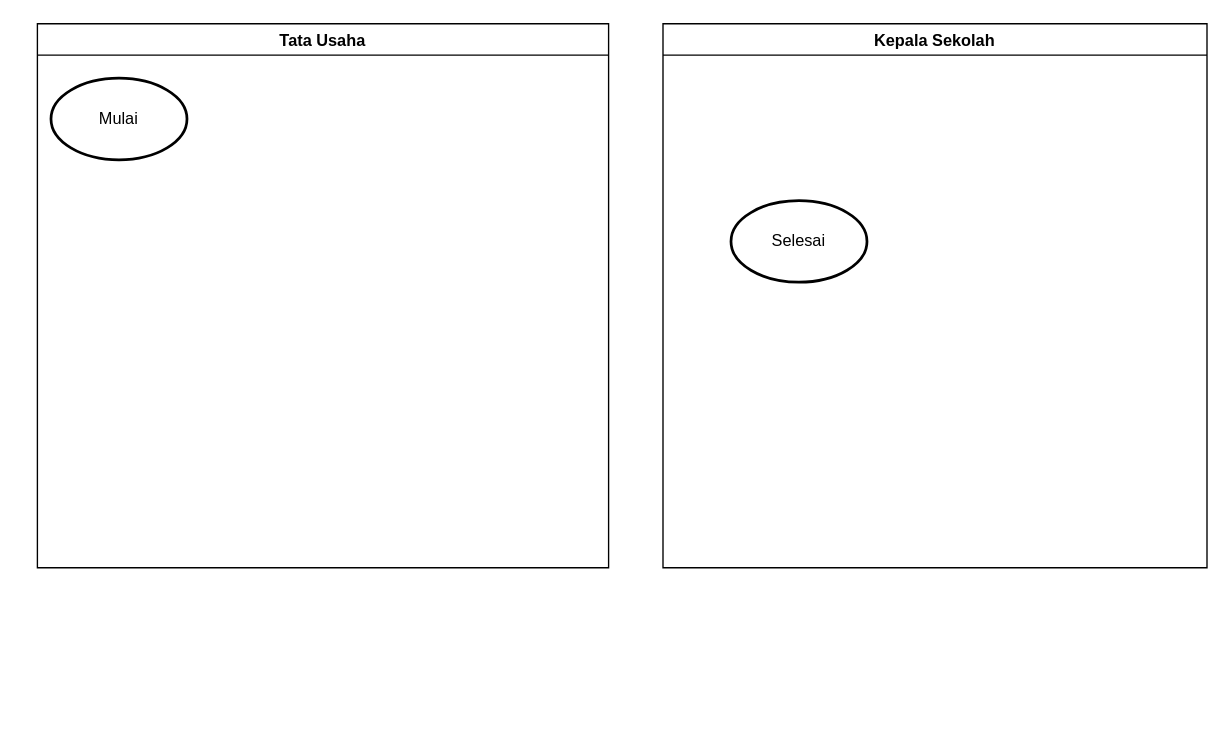
This is page "Halaman-2" (2 of 2) of build/classes/drawIo/Flowchart Aplikasi Arsip Surat.drawio from ITMaulanaali/Management-Arsip-Surat, a draw.io file, before an edit. Source tidied: cells renumbered, new cells numbered last; positions are measured from the earlier drawing's top-left corner, leaving out a move shared by most shapes. Both pictures are drawn from the tidied source at 136%, with x=0, y=0 at pixel (37, 23).
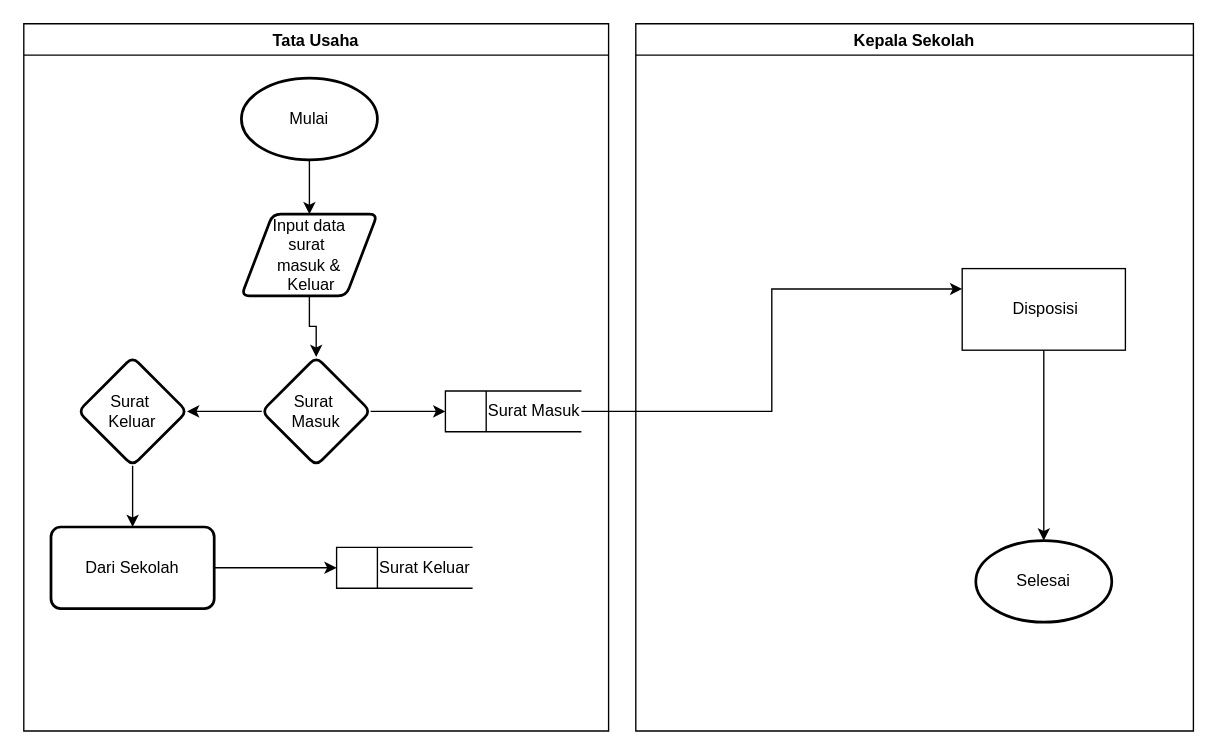
The same page after the edit.

The edit, as a diff of the source:
```diff
@@
     <mxCell id="2" value="Tata Usaha" style="swimlane;" parent="1" vertex="1">
-      <mxGeometry width="420" height="400" as="geometry" />
+      <mxGeometry x="-10" width="430" height="520" as="geometry" />
     </mxCell>
+    <mxCell id="6" style="edgeStyle=orthogonalEdgeStyle;rounded=0;jettySize=auto;html=1;" parent="2" edge="1" source="3" target="8">
+      <mxGeometry relative="1" as="geometry" />
+    </mxCell>
     <mxCell id="3" value="Mulai" style="strokeWidth=2;html=1;shape=mxgraph.flowchart.start_1;whiteSpace=wrap;" parent="2" vertex="1">
-      <mxGeometry x="10" y="40" width="100" height="60" as="geometry" />
+      <mxGeometry x="160" y="40" width="100" height="60" as="geometry" />
     </mxCell>
+    <mxCell id="7" style="edgeStyle=orthogonalEdgeStyle;rounded=0;jettySize=auto;html=1;" parent="2" edge="1" source="8" target="12">
+      <mxGeometry relative="1" as="geometry" />
+    </mxCell>
+    <mxCell id="8" value="Input data&lt;div&gt;surat&amp;nbsp;&lt;br&gt;&lt;div&gt;masuk &amp;amp;&lt;/div&gt;&lt;div&gt;&amp;nbsp;Keluar&lt;/div&gt;&lt;/div&gt;" style="shape=parallelogram;html=1;strokeWidth=2;perimeter=parallelogramPerimeter;whiteSpace=wrap;rounded=1;arcSize=12;size=0.23;" parent="2" vertex="1">
+      <mxGeometry x="160" y="140" width="100" height="60" as="geometry" />
+    </mxCell>
+    <mxCell id="9" value="&amp;nbsp; &amp;nbsp; &amp;nbsp; &amp;nbsp; Surat Masuk" style="html=1;dashed=0;whiteSpace=wrap;shape=mxgraph.dfd.dataStoreID;align=left;spacingLeft=3;points=[[0,0],[0.5,0],[1,0],[0,0.5],[1,0.5],[0,1],[0.5,1],[1,1]];" parent="2" vertex="1">
+      <mxGeometry x="310" y="270" width="100" height="30" as="geometry" />
+    </mxCell>
+    <mxCell id="10" style="edgeStyle=orthogonalEdgeStyle;rounded=0;jettySize=auto;html=1;" parent="2" edge="1" source="12" target="9">
+      <mxGeometry relative="1" as="geometry" />
+    </mxCell>
+    <mxCell id="11" style="edgeStyle=orthogonalEdgeStyle;rounded=0;jettySize=auto;html=1;" parent="2" edge="1" source="12" target="14">
+      <mxGeometry relative="1" as="geometry" />
+    </mxCell>
+    <mxCell id="12" value="Surat&amp;nbsp;&lt;div&gt;Masuk&lt;/div&gt;" style="rhombus;whiteSpace=wrap;html=1;strokeWidth=2;rounded=1;arcSize=12;" parent="2" vertex="1">
+      <mxGeometry x="175" y="245" width="80" height="80" as="geometry" />
+    </mxCell>
+    <mxCell id="13" style="edgeStyle=orthogonalEdgeStyle;rounded=0;jettySize=auto;html=1;" parent="2" edge="1" source="14" target="17">
+      <mxGeometry relative="1" as="geometry" />
+    </mxCell>
+    <mxCell id="14" value="Surat&amp;nbsp;&lt;div&gt;Keluar&lt;/div&gt;" style="rhombus;whiteSpace=wrap;html=1;strokeWidth=2;rounded=1;arcSize=12;" parent="2" vertex="1">
+      <mxGeometry x="40" y="245" width="80" height="80" as="geometry" />
+    </mxCell>
+    <mxCell id="15" value="&amp;nbsp; &amp;nbsp; &amp;nbsp; &amp;nbsp; Surat Keluar" style="html=1;dashed=0;whiteSpace=wrap;shape=mxgraph.dfd.dataStoreID;align=left;spacingLeft=3;points=[[0,0],[0.5,0],[1,0],[0,0.5],[1,0.5],[0,1],[0.5,1],[1,1]];" parent="2" vertex="1">
+      <mxGeometry x="230" y="385" width="100" height="30" as="geometry" />
+    </mxCell>
+    <mxCell id="16" style="edgeStyle=orthogonalEdgeStyle;rounded=0;jettySize=auto;html=1;" parent="2" edge="1" source="17" target="15">
+      <mxGeometry relative="1" as="geometry" />
+    </mxCell>
+    <mxCell id="17" value="Dari Sekolah" style="whiteSpace=wrap;html=1;strokeWidth=2;rounded=1;arcSize=12;" parent="2" vertex="1">
+      <mxGeometry x="20" y="370" width="120" height="60" as="geometry" />
+    </mxCell>
     <mxCell id="4" value="Kepala Sekolah" style="swimlane;" parent="1" vertex="1">
-      <mxGeometry x="460" width="400" height="400" as="geometry" />
+      <mxGeometry x="440" width="410" height="520" as="geometry" />
     </mxCell>
     <mxCell id="5" value="Selesai" style="strokeWidth=2;html=1;shape=mxgraph.flowchart.start_1;whiteSpace=wrap;" parent="4" vertex="1">
-      <mxGeometry x="50" y="130" width="100" height="60" as="geometry" />
+      <mxGeometry x="250" y="380" width="100" height="60" as="geometry" />
     </mxCell>
+    <mxCell id="18" style="edgeStyle=orthogonalEdgeStyle;rounded=0;jettySize=auto;html=1;" parent="4" edge="1" source="19" target="5">
+      <mxGeometry relative="1" as="geometry" />
+    </mxCell>
+    <mxCell id="19" value="Disposisi" style="whiteSpace=wrap;html=1;align=center;dashed=0;spacingLeft=3;" parent="4" vertex="1">
+      <mxGeometry x="240" y="180" width="120" height="60" as="geometry" />
+    </mxCell>
+    <mxCell id="20" style="edgeStyle=orthogonalEdgeStyle;rounded=0;jettySize=auto;html=1;entryX=0;entryY=0.25;entryDx=0;entryDy=0;" parent="1" edge="1" source="9" target="19">
+      <mxGeometry relative="1" as="geometry" />
+    </mxCell>
```
